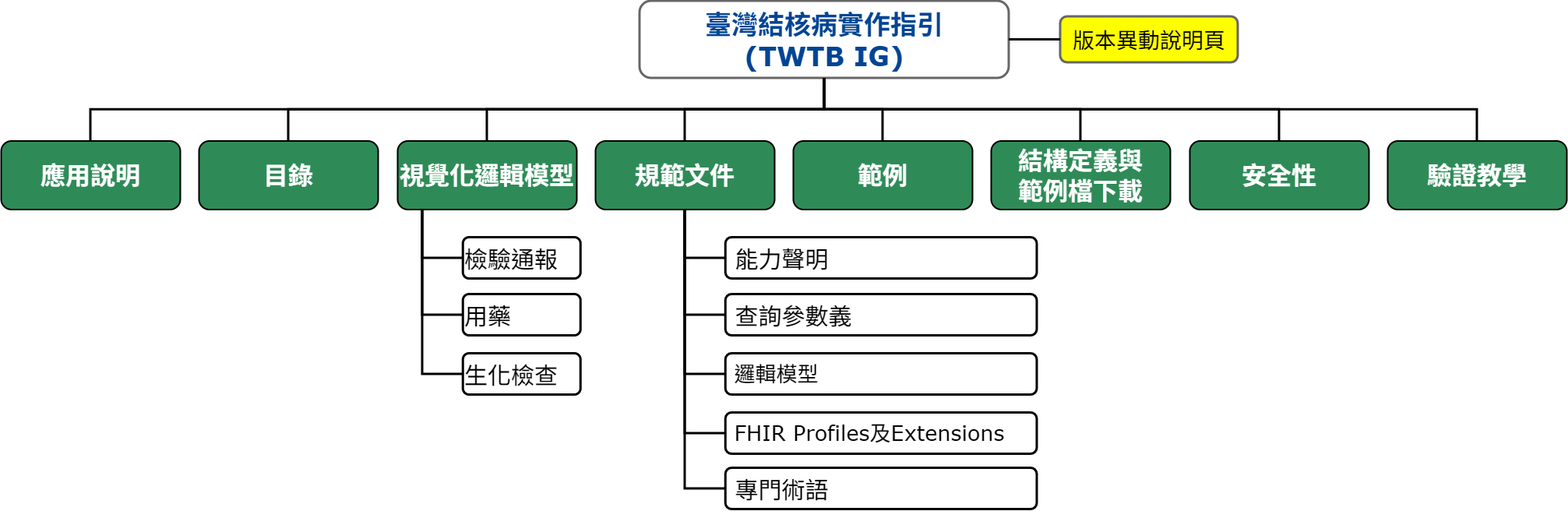
The draw.io diagram input/images/structure.png in omnifhir/tb, before a commit. Source tidied: cells renumbered, new cells last; positions are measured from the earlier drawing's top-left corner, leaving out a move shared by most shapes.
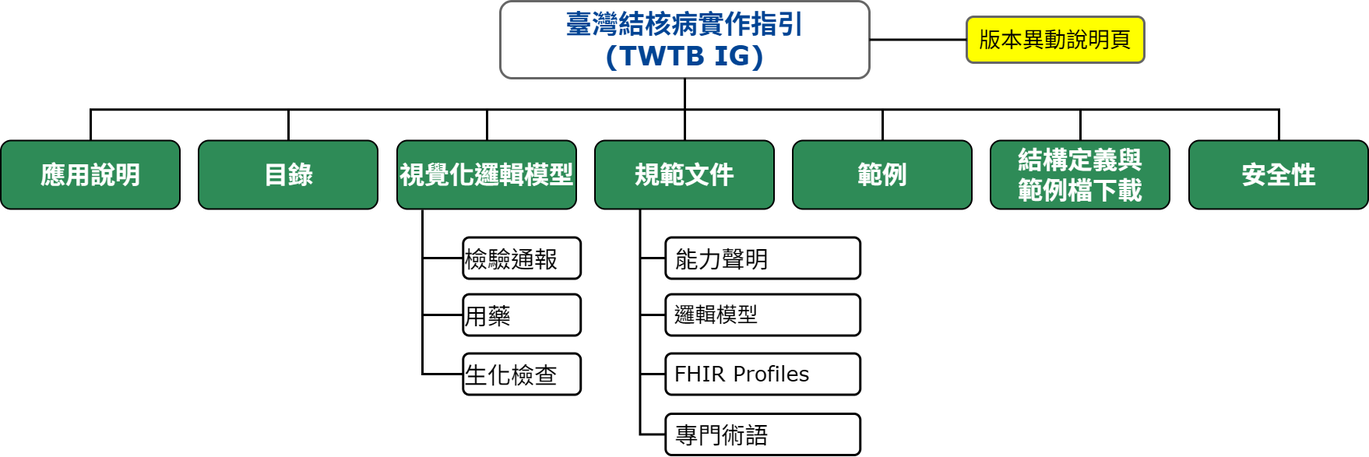
Above is the later version.

Change to the diagram source:
```diff
@@ -2,116 +2,104 @@
   <root>
     <mxCell id="0" />
     <mxCell id="1" parent="0" />
-    <mxCell id="2" value="&lt;span style=&quot;background-color: rgb(255, 255, 255); color: rgb(0, 68, 148);&quot;&gt;&lt;font style=&quot;&quot;&gt;&lt;font color=&quot;#004494&quot; face=&quot;verdana&quot;&gt;&lt;span style=&quot;font-size: 34px;&quot;&gt;&lt;b&gt;臺灣結核病實作指引&lt;/b&gt;&lt;/span&gt;&lt;/font&gt;&lt;br&gt;&lt;font style=&quot;color: light-dark(rgb(0, 68, 148), rgb(136, 194, 255)); font-family: verdana; font-weight: bold; font-size: 34px;&quot;&gt;(TWTB IG)&lt;/font&gt;&lt;/font&gt;&lt;/span&gt;" style="rounded=1;whiteSpace=wrap;html=1;strokeColor=#666666;fontFamily=標楷體;strokeWidth=3;" parent="1" vertex="1">
-      <mxGeometry x="820" width="474" height="99" as="geometry" />
+    <mxCell id="2" value="&lt;span style=&quot;background-color: rgb(255, 255, 255); color: rgb(0, 68, 148);&quot;&gt;&lt;font style=&quot;&quot;&gt;&lt;font color=&quot;#004494&quot; face=&quot;verdana&quot;&gt;&lt;span style=&quot;font-size: 34px;&quot;&gt;&lt;b&gt;臺灣結核病實作指引&lt;/b&gt;&lt;/span&gt;&lt;/font&gt;&lt;br&gt;&lt;font style=&quot;color: light-dark(rgb(0, 68, 148), rgb(136, 194, 255)); font-family: verdana; font-weight: bold; font-size: 34px;&quot;&gt;(TWTB IG)&lt;/font&gt;&lt;/font&gt;&lt;/span&gt;" style="rounded=1;whiteSpace=wrap;html=1;strokeColor=#666666;fontFamily=標楷體;strokeWidth=3;flipH=1;legacyAnchorPoints=0;" parent="1" vertex="1">
+      <mxGeometry x="641" width="474" height="99" as="geometry" />
     </mxCell>
     <mxCell id="3" value="&lt;font face=&quot;Verdana&quot; style=&quot;font-size: 32px;&quot; color=&quot;#ffffff&quot;&gt;&lt;b&gt;結構定義與&lt;br&gt;範例檔下載&lt;/b&gt;&lt;/font&gt;" style="rounded=1;whiteSpace=wrap;html=1;fillColor=#2E8B57;fontFamily=標楷體;strokeWidth=2;" parent="1" vertex="1">
       <mxGeometry x="1271" y="179.5" width="230" height="88" as="geometry" />
     </mxCell>
     <mxCell id="4" value="&lt;font face=&quot;Verdana&quot; style=&quot;font-size: 28px;&quot;&gt;版本異動說明頁&lt;/font&gt;" style="rounded=1;whiteSpace=wrap;html=1;fillColor=#FFFF00;strokeColor=#666666;fontFamily=標楷體;strokeWidth=3;" parent="1" vertex="1">
-      <mxGeometry x="1360" y="20" width="228" height="59" as="geometry" />
+      <mxGeometry x="1240" y="20" width="228" height="59" as="geometry" />
     </mxCell>
     <mxCell id="5" value="&lt;font face=&quot;Verdana&quot; style=&quot;font-size: 30px;&quot;&gt;&amp;nbsp;能力聲明&lt;/font&gt;" style="rounded=1;whiteSpace=wrap;html=1;align=left;fontFamily=標楷體;fontStyle=0;strokeWidth=3;" parent="1" vertex="1">
-      <mxGeometry x="930.2" y="303.5" width="399.8" height="53" as="geometry" />
+      <mxGeometry x="853.2" y="303.5" width="250" height="53" as="geometry" />
     </mxCell>
-    <mxCell id="6" value="&lt;font face=&quot;Verdana&quot;&gt;&lt;span style=&quot;font-size: 30px;&quot;&gt;&amp;nbsp;查詢參數義&lt;/span&gt;&lt;/font&gt;" style="rounded=1;whiteSpace=wrap;html=1;align=left;fontFamily=標楷體;fontStyle=0;strokeWidth=3;" parent="1" vertex="1">
-      <mxGeometry x="930.2" y="376.5" width="399.8" height="53" as="geometry" />
+    <mxCell id="6" value="&lt;font face=&quot;Verdana&quot;&gt;&lt;span style=&quot;font-size: 27px;&quot;&gt;&amp;nbsp;邏輯模型&lt;/span&gt;&lt;/font&gt;" style="rounded=1;whiteSpace=wrap;html=1;align=left;fontFamily=標楷體;fontStyle=0;strokeWidth=3;" parent="1" vertex="1">
+      <mxGeometry x="853.2" y="376.5" width="250" height="53" as="geometry" />
     </mxCell>
-    <mxCell id="7" value="&lt;font face=&quot;Verdana&quot;&gt;&lt;span style=&quot;font-size: 27px;&quot;&gt;&amp;nbsp;邏輯模型&lt;/span&gt;&lt;/font&gt;" style="rounded=1;whiteSpace=wrap;html=1;align=left;fontFamily=標楷體;fontStyle=0;strokeWidth=3;" parent="1" vertex="1">
-      <mxGeometry x="930.2" y="452.5" width="399.8" height="53" as="geometry" />
+    <mxCell id="7" value="&lt;span style=&quot;font-family: Verdana; font-size: 27px;&quot;&gt;&amp;nbsp;FHIR Profiles&lt;/span&gt;" style="rounded=1;whiteSpace=wrap;html=1;align=left;fontFamily=標楷體;fontStyle=0;strokeWidth=3;" parent="1" vertex="1">
+      <mxGeometry x="853.2" y="452.5" width="250" height="53" as="geometry" />
     </mxCell>
-    <mxCell id="8" value="&lt;span style=&quot;font-family: Verdana; font-size: 27px;&quot;&gt;&amp;nbsp;FHIR Profiles及Extensions&lt;/span&gt;" style="rounded=1;whiteSpace=wrap;html=1;align=left;fontFamily=標楷體;fontStyle=0;strokeWidth=3;" parent="1" vertex="1">
-      <mxGeometry x="930.2" y="528.5" width="399.8" height="53" as="geometry" />
+    <mxCell id="8" style="edgeStyle=orthogonalEdgeStyle;rounded=0;jettySize=auto;html=1;endArrow=none;endFill=0;strokeWidth=3;" parent="1" edge="1" source="9" target="2">
+      <mxGeometry relative="1" as="geometry" />
     </mxCell>
-    <mxCell id="9" style="edgeStyle=orthogonalEdgeStyle;rounded=0;jettySize=auto;html=1;endArrow=none;endFill=0;strokeWidth=3;" parent="1" edge="1" source="10" target="2">
-      <mxGeometry relative="1" as="geometry" />
+    <mxCell id="9" value="&lt;font face=&quot;Verdana&quot; style=&quot;font-size: 32px;&quot; color=&quot;#ffffff&quot;&gt;&lt;b&gt;範例&lt;/b&gt;&lt;/font&gt;" style="rounded=1;whiteSpace=wrap;html=1;fillColor=#2E8B57;fontFamily=標楷體;strokeWidth=2;" parent="1" vertex="1">
+      <mxGeometry x="1017" y="179.5" width="230" height="88" as="geometry" />
     </mxCell>
-    <mxCell id="10" value="&lt;font face=&quot;Verdana&quot; style=&quot;font-size: 32px;&quot; color=&quot;#ffffff&quot;&gt;&lt;b&gt;範例&lt;/b&gt;&lt;/font&gt;" style="rounded=1;whiteSpace=wrap;html=1;fillColor=#2E8B57;fontFamily=標楷體;strokeWidth=2;" parent="1" vertex="1">
-      <mxGeometry x="1017" y="179.5" width="230" height="88" as="geometry" />
+    <mxCell id="10" value="&lt;font face=&quot;Verdana&quot; style=&quot;font-size: 32px;&quot; color=&quot;#ffffff&quot;&gt;&lt;b&gt;規範文件&lt;/b&gt;&lt;/font&gt;" style="rounded=1;whiteSpace=wrap;html=1;fillColor=#2E8B57;fontFamily=標楷體;strokeWidth=2;" parent="1" vertex="1">
+      <mxGeometry x="763" y="179.5" width="230" height="88" as="geometry" />
     </mxCell>
-    <mxCell id="11" value="&lt;font face=&quot;Verdana&quot; style=&quot;font-size: 32px;&quot; color=&quot;#ffffff&quot;&gt;&lt;b&gt;規範文件&lt;/b&gt;&lt;/font&gt;" style="rounded=1;whiteSpace=wrap;html=1;fillColor=#2E8B57;fontFamily=標楷體;strokeWidth=2;" parent="1" vertex="1">
-      <mxGeometry x="763" y="179.5" width="230" height="88" as="geometry" />
+    <mxCell id="11" value="&lt;font color=&quot;#ffffff&quot; face=&quot;Verdana&quot;&gt;&lt;span style=&quot;font-size: 32px;&quot;&gt;&lt;b&gt;視覺化邏輯模型&lt;/b&gt;&lt;/span&gt;&lt;/font&gt;" style="rounded=1;whiteSpace=wrap;html=1;fillColor=#2E8B57;fontFamily=標楷體;strokeWidth=2;" parent="1" vertex="1">
+      <mxGeometry x="509" y="179.5" width="230" height="88" as="geometry" />
     </mxCell>
-    <mxCell id="12" value="&lt;font color=&quot;#ffffff&quot; face=&quot;Verdana&quot;&gt;&lt;span style=&quot;font-size: 32px;&quot;&gt;&lt;b&gt;視覺化邏輯模型&lt;/b&gt;&lt;/span&gt;&lt;/font&gt;" style="rounded=1;whiteSpace=wrap;html=1;fillColor=#2E8B57;fontFamily=標楷體;strokeWidth=2;" parent="1" vertex="1">
-      <mxGeometry x="509" y="179.5" width="230" height="88" as="geometry" />
+    <mxCell id="12" value="&lt;font color=&quot;#ffffff&quot; face=&quot;Verdana&quot;&gt;&lt;span style=&quot;font-size: 32px;&quot;&gt;&lt;b&gt;目錄&lt;/b&gt;&lt;/span&gt;&lt;/font&gt;" style="rounded=1;whiteSpace=wrap;html=1;fillColor=#2E8B57;fontFamily=標楷體;strokeWidth=2;" parent="1" vertex="1">
+      <mxGeometry x="254" y="179.5" width="230" height="88" as="geometry" />
     </mxCell>
-    <mxCell id="13" value="&lt;font color=&quot;#ffffff&quot; face=&quot;Verdana&quot;&gt;&lt;span style=&quot;font-size: 32px;&quot;&gt;&lt;b&gt;目錄&lt;/b&gt;&lt;/span&gt;&lt;/font&gt;" style="rounded=1;whiteSpace=wrap;html=1;fillColor=#2E8B57;fontFamily=標楷體;strokeWidth=2;" parent="1" vertex="1">
-      <mxGeometry x="254" y="179.5" width="230" height="88" as="geometry" />
+    <mxCell id="13" value="&lt;font face=&quot;Verdana&quot; style=&quot;font-size: 32px;&quot; color=&quot;#ffffff&quot;&gt;&lt;b&gt;安全性&lt;/b&gt;&lt;/font&gt;" style="rounded=1;whiteSpace=wrap;html=1;fillColor=#2E8B57;fontFamily=標楷體;strokeWidth=2;flipH=1;legacyAnchorPoints=0;" parent="1" vertex="1">
+      <mxGeometry x="1526" y="179.5" width="230" height="88" as="geometry" />
     </mxCell>
-    <mxCell id="14" value="&lt;font face=&quot;Verdana&quot; style=&quot;font-size: 32px;&quot; color=&quot;#ffffff&quot;&gt;&lt;b&gt;安全性&lt;/b&gt;&lt;/font&gt;" style="rounded=1;whiteSpace=wrap;html=1;fillColor=#2E8B57;fontFamily=標楷體;strokeWidth=2;" parent="1" vertex="1">
-      <mxGeometry x="1526" y="179.5" width="230" height="88" as="geometry" />
+    <mxCell id="14" value="&lt;span style=&quot;font-family: Verdana; font-size: 30px;&quot;&gt;&amp;nbsp;專門術語&lt;/span&gt;" style="rounded=1;whiteSpace=wrap;html=1;align=left;fontFamily=標楷體;fontStyle=0;strokeWidth=3;" parent="1" vertex="1">
+      <mxGeometry x="853.2" y="530" width="250" height="53" as="geometry" />
     </mxCell>
-    <mxCell id="15" value="&lt;span style=&quot;font-family: Verdana; font-size: 30px;&quot;&gt;&amp;nbsp;專門術語&lt;/span&gt;" style="rounded=1;whiteSpace=wrap;html=1;align=left;fontFamily=標楷體;fontStyle=0;strokeWidth=3;" parent="1" vertex="1">
-      <mxGeometry x="930.2" y="599.5" width="399.8" height="53" as="geometry" />
+    <mxCell id="15" value="&lt;font color=&quot;#ffffff&quot; face=&quot;Verdana&quot;&gt;&lt;span style=&quot;font-size: 32px;&quot;&gt;&lt;b&gt;應用說明&lt;/b&gt;&lt;/span&gt;&lt;/font&gt;" style="rounded=1;whiteSpace=wrap;html=1;fillColor=#2E8B57;fontFamily=標楷體;strokeWidth=2;flipH=1;legacyAnchorPoints=0;" parent="1" vertex="1">
+      <mxGeometry y="179.5" width="230" height="88" as="geometry" />
     </mxCell>
-    <mxCell id="16" value="&lt;font size=&quot;6&quot; face=&quot;Verdana&quot; color=&quot;#ffffff&quot;&gt;&lt;span style=&quot;caret-color: rgb(255, 255, 255);&quot;&gt;&lt;b&gt;驗證教學&lt;/b&gt;&lt;/span&gt;&lt;/font&gt;" style="rounded=1;whiteSpace=wrap;html=1;fillColor=#2E8B57;fontFamily=標楷體;strokeWidth=2;" parent="1" vertex="1">
-      <mxGeometry x="1780" y="179.5" width="230" height="88" as="geometry" />
+    <mxCell id="16" style="edgeStyle=orthogonalEdgeStyle;rounded=0;jettySize=auto;html=1;endArrow=none;endFill=0;strokeWidth=3;entryX=0.5;entryY=1;entryDx=0;entryDy=0;exitX=0.5;exitY=0;exitDx=0;exitDy=0;" parent="1" edge="1" source="10" target="2">
+      <mxGeometry relative="1" as="geometry" />
     </mxCell>
-    <mxCell id="17" value="&lt;font color=&quot;#ffffff&quot; face=&quot;Verdana&quot;&gt;&lt;span style=&quot;font-size: 32px;&quot;&gt;&lt;b&gt;應用說明&lt;/b&gt;&lt;/span&gt;&lt;/font&gt;" style="rounded=1;whiteSpace=wrap;html=1;fillColor=#2E8B57;fontFamily=標楷體;strokeWidth=2;" parent="1" vertex="1">
-      <mxGeometry y="179.5" width="230" height="88" as="geometry" />
+    <mxCell id="17" style="edgeStyle=orthogonalEdgeStyle;rounded=0;jettySize=auto;html=1;endArrow=none;endFill=0;strokeWidth=3;entryX=0.5;entryY=1;entryDx=0;entryDy=0;exitX=0.5;exitY=0;exitDx=0;exitDy=0;" parent="1" edge="1" source="3" target="2">
+      <mxGeometry relative="1" as="geometry" />
     </mxCell>
     <mxCell id="18" style="edgeStyle=orthogonalEdgeStyle;rounded=0;jettySize=auto;html=1;endArrow=none;endFill=0;strokeWidth=3;entryX=0.5;entryY=1;entryDx=0;entryDy=0;exitX=0.5;exitY=0;exitDx=0;exitDy=0;" parent="1" edge="1" source="11" target="2">
       <mxGeometry relative="1" as="geometry" />
     </mxCell>
-    <mxCell id="19" style="edgeStyle=orthogonalEdgeStyle;rounded=0;jettySize=auto;html=1;endArrow=none;endFill=0;strokeWidth=3;entryX=0.5;entryY=1;entryDx=0;entryDy=0;exitX=0.5;exitY=0;exitDx=0;exitDy=0;" parent="1" edge="1" source="3" target="2">
+    <mxCell id="19" style="edgeStyle=orthogonalEdgeStyle;rounded=0;jettySize=auto;html=1;endArrow=none;endFill=0;strokeWidth=3;entryX=0.5;entryY=1;entryDx=0;entryDy=0;exitX=0.5;exitY=0;exitDx=0;exitDy=0;" parent="1" edge="1" source="12" target="2">
       <mxGeometry relative="1" as="geometry" />
     </mxCell>
-    <mxCell id="20" style="edgeStyle=orthogonalEdgeStyle;rounded=0;jettySize=auto;html=1;endArrow=none;endFill=0;strokeWidth=3;entryX=0.5;entryY=1;entryDx=0;entryDy=0;exitX=0.5;exitY=0;exitDx=0;exitDy=0;" parent="1" edge="1" source="12" target="2">
+    <mxCell id="20" style="edgeStyle=orthogonalEdgeStyle;rounded=0;jettySize=auto;html=1;endArrow=none;endFill=0;strokeWidth=3;entryX=0.5;entryY=1;entryDx=0;entryDy=0;exitX=0.5;exitY=0;exitDx=0;exitDy=0;" parent="1" edge="1" source="15" target="2">
       <mxGeometry relative="1" as="geometry" />
     </mxCell>
     <mxCell id="21" style="edgeStyle=orthogonalEdgeStyle;rounded=0;jettySize=auto;html=1;endArrow=none;endFill=0;strokeWidth=3;entryX=0.5;entryY=1;entryDx=0;entryDy=0;exitX=0.5;exitY=0;exitDx=0;exitDy=0;" parent="1" edge="1" source="13" target="2">
       <mxGeometry relative="1" as="geometry" />
     </mxCell>
-    <mxCell id="22" style="edgeStyle=orthogonalEdgeStyle;rounded=0;jettySize=auto;html=1;endArrow=none;endFill=0;strokeWidth=3;entryX=0.5;entryY=1;entryDx=0;entryDy=0;exitX=0.5;exitY=0;exitDx=0;exitDy=0;" parent="1" edge="1" source="17" target="2">
+    <mxCell id="22" style="edgeStyle=orthogonalEdgeStyle;rounded=0;jettySize=auto;html=1;endArrow=none;endFill=0;strokeWidth=3;entryX=0;entryY=0.5;entryDx=0;entryDy=0;exitX=0;exitY=0.5;exitDx=0;exitDy=0;" parent="1" edge="1" source="4" target="2">
       <mxGeometry relative="1" as="geometry" />
     </mxCell>
-    <mxCell id="23" style="edgeStyle=orthogonalEdgeStyle;rounded=0;jettySize=auto;html=1;endArrow=none;endFill=0;strokeWidth=3;entryX=0.5;entryY=1;entryDx=0;entryDy=0;exitX=0.5;exitY=0;exitDx=0;exitDy=0;" parent="1" edge="1" source="14" target="2">
+    <mxCell id="23" style="edgeStyle=orthogonalEdgeStyle;rounded=0;jettySize=auto;html=1;endArrow=none;endFill=0;strokeWidth=3;entryX=0.25;entryY=1;entryDx=0;entryDy=0;exitX=0;exitY=0.5;exitDx=0;exitDy=0;" parent="1" edge="1" source="5" target="10">
       <mxGeometry relative="1" as="geometry" />
     </mxCell>
-    <mxCell id="24" style="edgeStyle=orthogonalEdgeStyle;rounded=0;jettySize=auto;html=1;endArrow=none;endFill=0;strokeWidth=3;entryX=1;entryY=0.5;entryDx=0;entryDy=0;exitX=0;exitY=0.5;exitDx=0;exitDy=0;" parent="1" edge="1" source="4" target="2">
+    <mxCell id="24" style="edgeStyle=orthogonalEdgeStyle;rounded=0;jettySize=auto;html=1;endArrow=none;endFill=0;strokeWidth=3;entryX=0.25;entryY=1;entryDx=0;entryDy=0;exitX=0;exitY=0.5;exitDx=0;exitDy=0;" parent="1" edge="1" source="6" target="10">
       <mxGeometry relative="1" as="geometry" />
     </mxCell>
-    <mxCell id="25" style="edgeStyle=orthogonalEdgeStyle;rounded=0;jettySize=auto;html=1;endArrow=none;endFill=0;strokeWidth=3;entryX=0.5;entryY=1;entryDx=0;entryDy=0;exitX=0.5;exitY=0;exitDx=0;exitDy=0;" parent="1" edge="1" source="16" target="2">
+    <mxCell id="25" style="edgeStyle=orthogonalEdgeStyle;rounded=0;jettySize=auto;html=1;endArrow=none;endFill=0;strokeWidth=3;entryX=0.25;entryY=1;entryDx=0;entryDy=0;exitX=0;exitY=0.5;exitDx=0;exitDy=0;" parent="1" edge="1" source="7" target="10">
       <mxGeometry relative="1" as="geometry" />
     </mxCell>
-    <mxCell id="26" style="edgeStyle=orthogonalEdgeStyle;rounded=0;jettySize=auto;html=1;endArrow=none;endFill=0;strokeWidth=3;entryX=0.5;entryY=1;entryDx=0;entryDy=0;exitX=0;exitY=0.5;exitDx=0;exitDy=0;" parent="1" edge="1" source="5" target="11">
+    <mxCell id="26" style="edgeStyle=orthogonalEdgeStyle;rounded=0;jettySize=auto;html=1;endArrow=none;endFill=0;strokeWidth=3;entryX=0.25;entryY=1;entryDx=0;entryDy=0;exitX=0;exitY=0.5;exitDx=0;exitDy=0;" parent="1" edge="1" source="14" target="10">
       <mxGeometry relative="1" as="geometry" />
     </mxCell>
-    <mxCell id="27" style="edgeStyle=orthogonalEdgeStyle;rounded=0;jettySize=auto;html=1;endArrow=none;endFill=0;strokeWidth=3;entryX=0.5;entryY=1;entryDx=0;entryDy=0;exitX=0;exitY=0.5;exitDx=0;exitDy=0;" parent="1" edge="1" source="6" target="11">
-      <mxGeometry relative="1" as="geometry" />
+    <mxCell id="27" value="&lt;font face=&quot;Verdana&quot;&gt;&lt;span style=&quot;font-size: 30px;&quot;&gt;檢驗通報&lt;/span&gt;&lt;/font&gt;" style="rounded=1;whiteSpace=wrap;html=1;align=left;fontFamily=標楷體;fontStyle=0;strokeWidth=3;" parent="1" vertex="1">
+      <mxGeometry x="593.2" y="303.5" width="151" height="53" as="geometry" />
     </mxCell>
-    <mxCell id="28" style="edgeStyle=orthogonalEdgeStyle;rounded=0;jettySize=auto;html=1;endArrow=none;endFill=0;strokeWidth=3;entryX=0.5;entryY=1;entryDx=0;entryDy=0;exitX=0;exitY=0.5;exitDx=0;exitDy=0;" parent="1" edge="1" source="7" target="11">
-      <mxGeometry relative="1" as="geometry" />
+    <mxCell id="28" value="&lt;font face=&quot;Verdana&quot;&gt;&lt;span style=&quot;font-size: 30px;&quot;&gt;用藥&lt;/span&gt;&lt;/font&gt;" style="rounded=1;whiteSpace=wrap;html=1;align=left;fontFamily=標楷體;fontStyle=0;strokeWidth=3;" parent="1" vertex="1">
+      <mxGeometry x="593.2" y="376.5" width="151" height="53" as="geometry" />
     </mxCell>
-    <mxCell id="29" style="edgeStyle=orthogonalEdgeStyle;rounded=0;jettySize=auto;html=1;endArrow=none;endFill=0;strokeWidth=3;entryX=0.5;entryY=1;entryDx=0;entryDy=0;exitX=0;exitY=0.5;exitDx=0;exitDy=0;" parent="1" edge="1" source="8" target="11">
-      <mxGeometry relative="1" as="geometry" />
+    <mxCell id="29" value="&lt;font face=&quot;Verdana&quot; style=&quot;font-size: 30px;&quot;&gt;生化檢查&lt;/font&gt;" style="rounded=1;whiteSpace=wrap;html=1;align=left;fontFamily=標楷體;fontStyle=0;strokeWidth=3;" parent="1" vertex="1">
+      <mxGeometry x="593.2" y="452.5" width="151" height="53" as="geometry" />
     </mxCell>
-    <mxCell id="30" style="edgeStyle=orthogonalEdgeStyle;rounded=0;jettySize=auto;html=1;endArrow=none;endFill=0;strokeWidth=3;entryX=0.5;entryY=1;entryDx=0;entryDy=0;exitX=0;exitY=0.5;exitDx=0;exitDy=0;" parent="1" edge="1" source="15" target="11">
-      <mxGeometry relative="1" as="geometry" />
+    <mxCell id="30" style="edgeStyle=orthogonalEdgeStyle;rounded=0;jettySize=auto;html=1;endArrow=none;endFill=0;strokeWidth=3;entryX=0.5;entryY=1;entryDx=0;entryDy=0;exitX=0;exitY=0.5;exitDx=0;exitDy=0;" parent="1" edge="1" source="27">
+      <mxGeometry relative="1" as="geometry">
+        <mxPoint x="541" y="268" as="targetPoint" />
+      </mxGeometry>
     </mxCell>
-    <mxCell id="31" value="&lt;font face=&quot;Verdana&quot;&gt;&lt;span style=&quot;font-size: 30px;&quot;&gt;檢驗通報&lt;/span&gt;&lt;/font&gt;" style="rounded=1;whiteSpace=wrap;html=1;align=left;fontFamily=標楷體;fontStyle=0;strokeWidth=3;" parent="1" vertex="1">
-      <mxGeometry x="593.2" y="303.5" width="151" height="53" as="geometry" />
+    <mxCell id="31" style="edgeStyle=orthogonalEdgeStyle;rounded=0;jettySize=auto;html=1;endArrow=none;endFill=0;strokeWidth=3;entryX=0.5;entryY=1;entryDx=0;entryDy=0;exitX=0;exitY=0.5;exitDx=0;exitDy=0;" parent="1" edge="1" source="28">
+      <mxGeometry relative="1" as="geometry">
+        <mxPoint x="541" y="268" as="targetPoint" />
+      </mxGeometry>
     </mxCell>
-    <mxCell id="32" value="&lt;font face=&quot;Verdana&quot;&gt;&lt;span style=&quot;font-size: 30px;&quot;&gt;用藥&lt;/span&gt;&lt;/font&gt;" style="rounded=1;whiteSpace=wrap;html=1;align=left;fontFamily=標楷體;fontStyle=0;strokeWidth=3;" parent="1" vertex="1">
-      <mxGeometry x="593.2" y="376.5" width="151" height="53" as="geometry" />
+    <mxCell id="32" style="edgeStyle=orthogonalEdgeStyle;rounded=0;jettySize=auto;html=1;endArrow=none;endFill=0;strokeWidth=3;entryX=0.5;entryY=1;entryDx=0;entryDy=0;exitX=0;exitY=0.5;exitDx=0;exitDy=0;" parent="1" edge="1" source="29">
+      <mxGeometry relative="1" as="geometry">
+        <mxPoint x="541" y="268" as="targetPoint" />
+      </mxGeometry>
     </mxCell>
-    <mxCell id="33" value="&lt;font face=&quot;Verdana&quot; style=&quot;font-size: 30px;&quot;&gt;生化檢查&lt;/font&gt;" style="rounded=1;whiteSpace=wrap;html=1;align=left;fontFamily=標楷體;fontStyle=0;strokeWidth=3;" parent="1" vertex="1">
-      <mxGeometry x="593.2" y="452.5" width="151" height="53" as="geometry" />
-    </mxCell>
-    <mxCell id="34" style="edgeStyle=orthogonalEdgeStyle;rounded=0;jettySize=auto;html=1;endArrow=none;endFill=0;strokeWidth=3;entryX=0.5;entryY=1;entryDx=0;entryDy=0;exitX=0;exitY=0.5;exitDx=0;exitDy=0;" parent="1" edge="1" source="31">
-      <mxGeometry relative="1" as="geometry">
-        <mxPoint x="541" y="268" as="targetPoint" />
-      </mxGeometry>
-    </mxCell>
-    <mxCell id="35" style="edgeStyle=orthogonalEdgeStyle;rounded=0;jettySize=auto;html=1;endArrow=none;endFill=0;strokeWidth=3;entryX=0.5;entryY=1;entryDx=0;entryDy=0;exitX=0;exitY=0.5;exitDx=0;exitDy=0;" parent="1" edge="1" source="32">
-      <mxGeometry relative="1" as="geometry">
-        <mxPoint x="541" y="268" as="targetPoint" />
-      </mxGeometry>
-    </mxCell>
-    <mxCell id="36" style="edgeStyle=orthogonalEdgeStyle;rounded=0;jettySize=auto;html=1;endArrow=none;endFill=0;strokeWidth=3;entryX=0.5;entryY=1;entryDx=0;entryDy=0;exitX=0;exitY=0.5;exitDx=0;exitDy=0;" parent="1" edge="1" source="33">
-      <mxGeometry relative="1" as="geometry">
-        <mxPoint x="541" y="268" as="targetPoint" />
-      </mxGeometry>
-    </mxCell>
   </root>
 </mxGraphModel>
```
